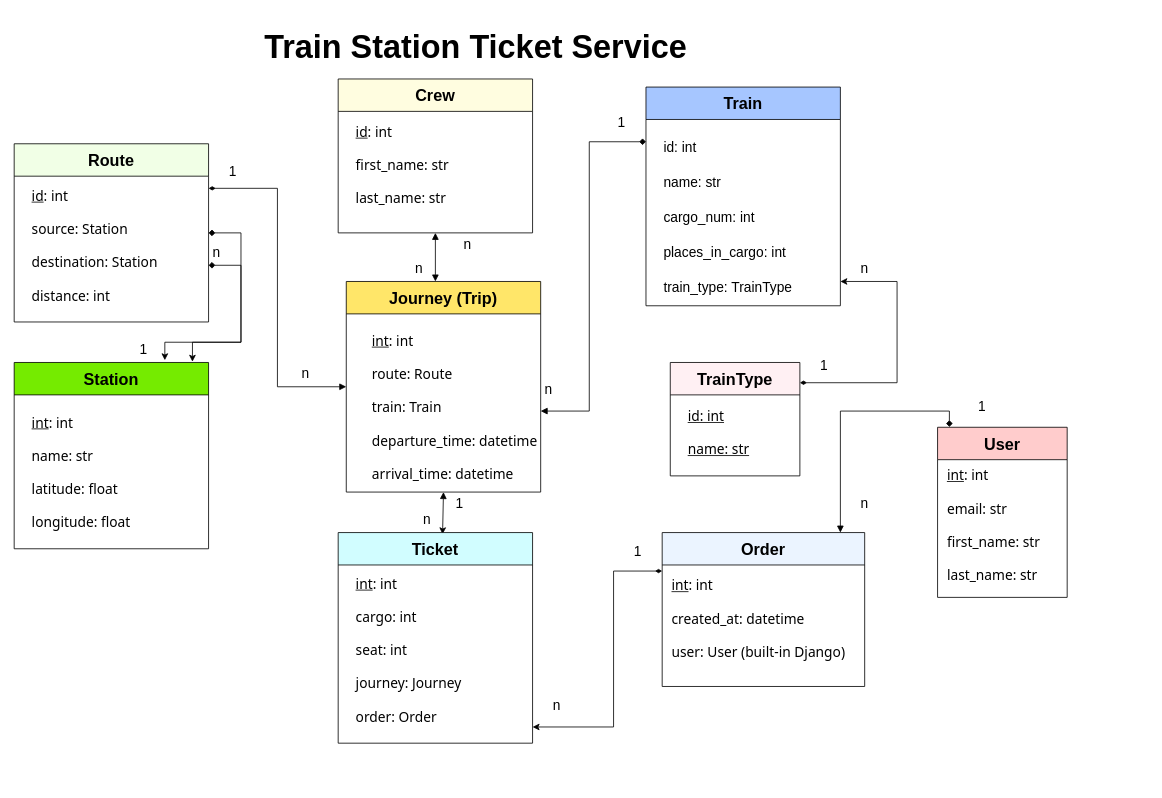
Before: train-ticket-service_diagram.drawio in julia4406/train-ticket-service, a draw.io diagram. Source tidied: cells renumbered, new cells numbered last; positions are measured from the earlier drawing's top-left corner, leaving out a move shared by most shapes. Both pictures are drawn from the tidied source at 81%, with x=0, y=0 at pixel (14, 14).
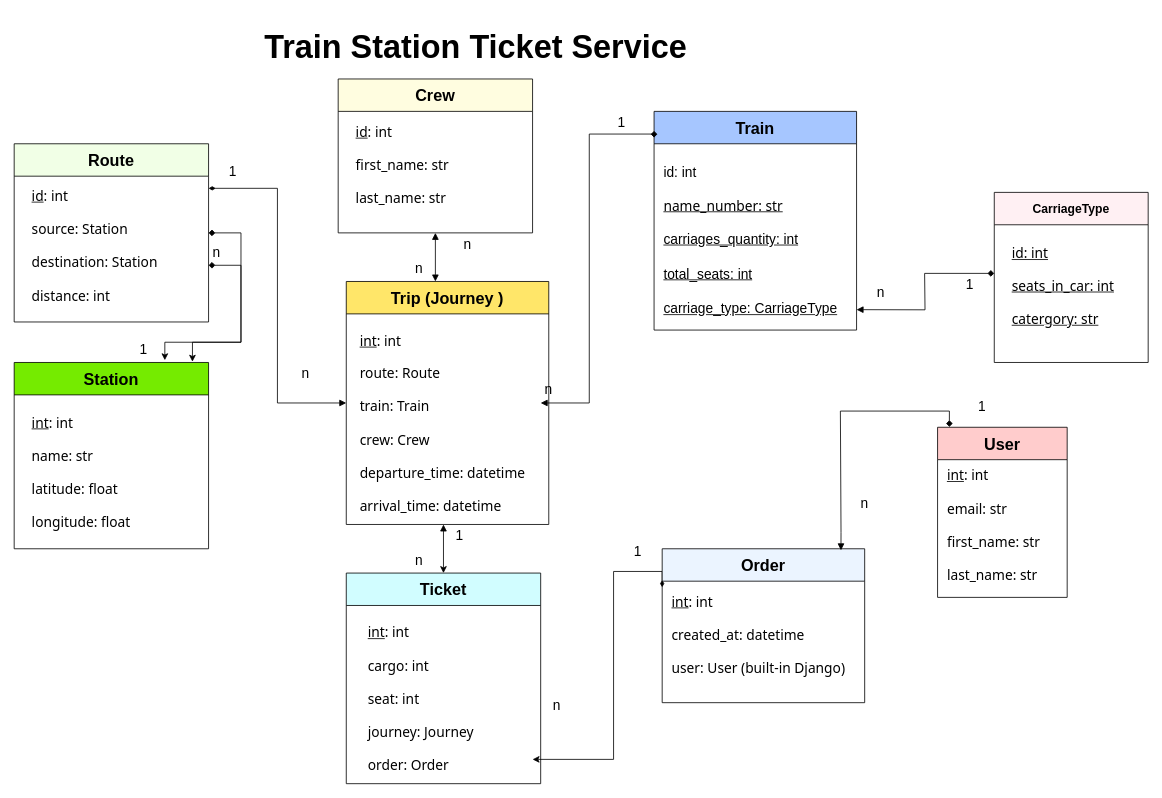
The same diagram, later.

Unchanged cells that the change refers to:
```xml
<mxCell id="41" value="&lt;font style=&quot;font-size: 20px;&quot;&gt;User&lt;/font&gt;" style="swimlane;whiteSpace=wrap;html=1;fontSize=15;startSize=40;fillColor=#FFCCCC;" parent="1" vertex="1">
  <mxGeometry x="1140" y="510" width="160" height="210" as="geometry" />
</mxCell>
```

What changed in the source:
```diff
@@
-    <mxCell id="4" style="edgeStyle=orthogonalEdgeStyle;rounded=0;orthogonalLoop=1;jettySize=auto;html=1;exitX=1;exitY=0.25;exitDx=0;exitDy=0;startArrow=diamondThin;startFill=1;" parent="1" edge="1">
-      <mxGeometry relative="1" as="geometry">
-        <mxPoint x="970" y="455" as="sourcePoint" />
-        <mxPoint x="1020" y="330" as="targetPoint" />
-        <Array as="points">
-          <mxPoint x="1090" y="455" />
-          <mxPoint x="1090" y="330" />
-        </Array>
-      </mxGeometry>
-    </mxCell>
+    <mxCell id="46" style="edgeStyle=none;rounded=0;orthogonalLoop=1;jettySize=auto;html=1;startArrow=diamond;startFill=1;endArrow=block;endFill=1;entryX=1.023;entryY=0.799;entryDx=0;entryDy=0;entryPerimeter=0;" parent="1" edge="1">
+      <mxGeometry relative="1" as="geometry">
+        <mxPoint x="1210" y="320" as="sourcePoint" />
+        <mxPoint x="1040" y="364.8" as="targetPoint" />
+        <Array as="points">
+          <mxPoint x="1124" y="320" />
+          <mxPoint x="1124.5" y="365" />
+        </Array>
+      </mxGeometry>
+    </mxCell>
-    <mxCell id="5" value="&lt;font style=&quot;font-size: 20px;&quot;&gt;TrainType&lt;/font&gt;" style="swimlane;whiteSpace=wrap;html=1;fontSize=15;startSize=40;fillColor=#FFF0F3;" parent="1" vertex="1">
-      <mxGeometry x="810" y="430" width="160" height="140" as="geometry" />
+    <mxCell id="5" value="CarriageType" style="swimlane;whiteSpace=wrap;html=1;fontSize=15;startSize=40;fillColor=#FFF0F3;" parent="1" vertex="1">
+      <mxGeometry x="1210" y="220" width="190" height="210" as="geometry" />
     </mxCell>
-    <mxCell id="6" value="&lt;div&gt;&lt;u&gt;id: int&lt;/u&gt;&lt;/div&gt;&lt;div&gt;&lt;u&gt;&lt;br&gt;&lt;/u&gt;&lt;/div&gt;&lt;div&gt;&lt;u&gt;name: str&lt;/u&gt;&lt;/div&gt;" style="text;html=1;align=left;verticalAlign=bottom;strokeColor=none;fillColor=none;fontSize=17;horizontal=1;fontFamily=Tahoma;" parent="5" vertex="1">
-      <mxGeometry x="20" y="50" width="100" height="70" as="geometry" />
+    <mxCell id="6" value="&lt;div&gt;&lt;u&gt;id: int&lt;/u&gt;&lt;/div&gt;&lt;div&gt;&lt;u&gt;&lt;br&gt;&lt;/u&gt;&lt;/div&gt;&lt;div&gt;&lt;u&gt;seats_in_car: int&lt;/u&gt;&lt;/div&gt;&lt;div&gt;&lt;u&gt;&lt;br&gt;&lt;/u&gt;&lt;/div&gt;&lt;div&gt;&lt;u&gt;catergory: str&lt;/u&gt;&lt;/div&gt;&lt;div&gt;&lt;u&gt;&lt;br&gt;&lt;/u&gt;&lt;/div&gt;" style="text;html=1;align=left;verticalAlign=bottom;strokeColor=none;fillColor=none;fontSize=17;horizontal=1;fontFamily=Tahoma;" parent="5" vertex="1">
+      <mxGeometry x="20" y="50" width="150" height="140" as="geometry" />
     </mxCell>
     <mxCell id="7" value="Train" style="swimlane;whiteSpace=wrap;html=1;fontSize=20;startSize=40;fillColor=#A6C6FF;" parent="1" vertex="1">
-      <mxGeometry x="780" y="90" width="240" height="270" as="geometry" />
+      <mxGeometry x="790" y="120" width="250" height="270" as="geometry" />
     </mxCell>
-    <mxCell id="8" value="&lt;div align=&quot;left&quot;&gt;&lt;font face=&quot;Helvetica&quot;&gt;id: int&lt;/font&gt;&lt;/div&gt;&lt;div align=&quot;left&quot;&gt;&lt;font face=&quot;Helvetica&quot;&gt;&lt;br&gt;&lt;/font&gt;&lt;/div&gt;&lt;div align=&quot;left&quot;&gt;&lt;font face=&quot;Helvetica&quot;&gt;name: str&lt;/font&gt;&lt;/div&gt;&lt;div align=&quot;left&quot;&gt;&lt;font face=&quot;Helvetica&quot;&gt;&lt;br&gt;&lt;/font&gt;&lt;/div&gt;&lt;div align=&quot;left&quot;&gt;&lt;font face=&quot;Helvetica&quot;&gt;cargo_num: int&lt;/font&gt;&lt;/div&gt;&lt;div align=&quot;left&quot;&gt;&lt;font face=&quot;Helvetica&quot;&gt;&lt;br&gt;&lt;/font&gt;&lt;/div&gt;&lt;div align=&quot;left&quot;&gt;&lt;font face=&quot;Helvetica&quot;&gt;places_in_cargo: int&lt;/font&gt;&lt;/div&gt;&lt;div align=&quot;left&quot;&gt;&lt;font face=&quot;Helvetica&quot;&gt;&lt;br&gt;&lt;/font&gt;&lt;/div&gt;&lt;div align=&quot;left&quot;&gt;&lt;font face=&quot;Helvetica&quot;&gt;train_type: TrainType&lt;/font&gt;&lt;/div&gt;" style="text;html=1;align=left;verticalAlign=bottom;strokeColor=none;fillColor=none;fontSize=17;horizontal=1;fontFamily=Tahoma;" parent="7" vertex="1">
-      <mxGeometry x="20" y="50" width="180" height="210" as="geometry" />
+    <mxCell id="8" value="&lt;div align=&quot;left&quot;&gt;&lt;font face=&quot;Helvetica&quot;&gt;id: int&lt;/font&gt;&lt;/div&gt;&lt;div align=&quot;left&quot;&gt;&lt;font face=&quot;Helvetica&quot;&gt;&lt;br&gt;&lt;/font&gt;&lt;/div&gt;&lt;div align=&quot;left&quot;&gt;&lt;div&gt;&lt;u&gt;name_number: str&lt;/u&gt;&lt;/div&gt;&lt;div&gt;&lt;u&gt;&lt;br&gt;&lt;/u&gt;&lt;/div&gt;&lt;div&gt;&lt;u&gt;&lt;font face=&quot;Helvetica&quot;&gt;carriages_quantity: int&lt;/font&gt;&lt;/u&gt;&lt;/div&gt;&lt;div&gt;&lt;u&gt;&lt;font face=&quot;Helvetica&quot;&gt;&lt;br&gt;&lt;/font&gt;&lt;/u&gt;&lt;/div&gt;&lt;div&gt;&lt;font face=&quot;Helvetica&quot;&gt;&lt;u&gt;total_seats: int&lt;/u&gt;&lt;/font&gt;&lt;/div&gt;&lt;div&gt;&lt;u&gt;&lt;font face=&quot;Helvetica&quot;&gt;&lt;br&gt;&lt;/font&gt;&lt;/u&gt;&lt;/div&gt;&lt;div&gt;&lt;u&gt;&lt;font face=&quot;Helvetica&quot;&gt;carriage_type: CarriageType&lt;/font&gt;&lt;/u&gt;&lt;/div&gt;&lt;div&gt;&lt;u&gt;&lt;font face=&quot;Helvetica&quot;&gt;&lt;br&gt;&lt;/font&gt;&lt;/u&gt;&lt;/div&gt;&lt;div&gt;&lt;u&gt;&lt;font face=&quot;Helvetica&quot;&gt;&lt;br&gt;&lt;/font&gt;&lt;/u&gt;&lt;/div&gt;&lt;/div&gt;" style="text;html=1;align=left;verticalAlign=bottom;strokeColor=none;fillColor=none;fontSize=17;horizontal=1;fontFamily=Tahoma;" parent="7" vertex="1">
+      <mxGeometry x="10" y="50" width="240" height="250" as="geometry" />
     </mxCell>
@@
-    <mxCell id="15" style="edgeStyle=none;rounded=0;jettySize=auto;html=1;exitX=0.5;exitY=1;exitDx=0;exitDy=0;elbow=vertical;startArrow=block;startFill=1;entryX=0.537;entryY=0.008;entryDx=0;entryDy=0;entryPerimeter=0;" parent="1" edge="1" source="16" target="39">
-      <mxGeometry relative="1" as="geometry" />
+    <mxCell id="15" style="edgeStyle=none;rounded=0;jettySize=auto;html=1;elbow=vertical;startArrow=block;startFill=1;entryX=0.5;entryY=0;entryDx=0;entryDy=0;" parent="1" edge="1" target="39">
+      <mxGeometry relative="1" as="geometry">
+        <mxPoint x="530" y="630" as="sourcePoint" />
+      </mxGeometry>
     </mxCell>
-    <mxCell id="16" value="&lt;font style=&quot;font-size: 20px;&quot;&gt;Journey (Trip)&lt;/font&gt;" style="swimlane;whiteSpace=wrap;html=1;fontSize=15;startSize=40;fillColor=#FFE669;" parent="1" vertex="1">
-      <mxGeometry x="410" y="330" width="240" height="260" as="geometry" />
+    <mxCell id="16" value="&lt;font style=&quot;font-size: 20px;&quot;&gt;Trip (&lt;/font&gt;&lt;font style=&quot;font-size: 20px;&quot;&gt;Journey &lt;/font&gt;&lt;font style=&quot;font-size: 20px;&quot;&gt;)&lt;/font&gt;" style="swimlane;whiteSpace=wrap;html=1;fontSize=15;startSize=40;fillColor=#FFE669;" parent="1" vertex="1">
+      <mxGeometry x="410" y="330" width="250" height="300" as="geometry" />
     </mxCell>
-    <mxCell id="17" value="&lt;div&gt;&lt;u&gt;int&lt;/u&gt;: int&lt;/div&gt;&lt;div&gt;&lt;span style=&quot;background-color: initial;&quot;&gt;&lt;br&gt;&lt;/span&gt;&lt;/div&gt;&lt;div&gt;route: Route&lt;/div&gt;&lt;div&gt;&lt;br&gt;&lt;/div&gt;&lt;div&gt;train: Train&lt;/div&gt;&lt;div&gt;&lt;br&gt;&lt;/div&gt;&lt;div&gt;departure_time: datetime&lt;/div&gt;&lt;div&gt;&lt;br&gt;&lt;/div&gt;&lt;div&gt;arrival_time: datetime&lt;/div&gt;" style="text;html=1;align=left;verticalAlign=bottom;strokeColor=none;fillColor=none;fontSize=17;horizontal=1;fontFamily=Tahoma;" parent="16" vertex="1">
-      <mxGeometry x="30" y="50" width="220" height="200" as="geometry" />
+    <mxCell id="17" value="&lt;div&gt;&lt;u&gt;int&lt;/u&gt;: int&lt;/div&gt;&lt;div&gt;&lt;span style=&quot;background-color: initial;&quot;&gt;&lt;br&gt;&lt;/span&gt;&lt;/div&gt;&lt;div&gt;route: Route&lt;/div&gt;&lt;div&gt;&lt;br&gt;&lt;/div&gt;&lt;div&gt;train: Train&lt;/div&gt;&lt;div&gt;&lt;br&gt;&lt;/div&gt;&lt;div&gt;crew: Crew&lt;/div&gt;&lt;div&gt;&lt;br&gt;&lt;/div&gt;&lt;div&gt;departure_time: datetime&lt;/div&gt;&lt;div&gt;&lt;br&gt;&lt;/div&gt;&lt;div&gt;arrival_time: datetime&lt;/div&gt;" style="text;html=1;align=left;verticalAlign=bottom;strokeColor=none;fillColor=none;fontSize=17;horizontal=1;fontFamily=Tahoma;" parent="16" vertex="1">
+      <mxGeometry x="15" y="50" width="220" height="240" as="geometry" />
     </mxCell>
     <mxCell id="18" style="edgeStyle=orthogonalEdgeStyle;rounded=0;jettySize=auto;html=1;exitX=0;exitY=0.25;exitDx=0;exitDy=0;startArrow=diamondThin;startFill=1;" parent="1" edge="1" source="19">
       <mxGeometry relative="1" as="geometry">
-        <mxPoint x="640" y="880" as="targetPoint" />
+        <mxPoint x="640" y="920" as="targetPoint" />
         <Array as="points">
+          <mxPoint x="800" y="688" />
           <mxPoint x="740" y="688" />
-          <mxPoint x="740" y="880" />
+          <mxPoint x="740" y="920" />
+          <mxPoint x="640" y="920" />
         </Array>
       </mxGeometry>
     </mxCell>
     <mxCell id="19" value="&lt;font style=&quot;font-size: 20px;&quot;&gt;Order&lt;/font&gt;" style="swimlane;whiteSpace=wrap;html=1;fontSize=15;startSize=40;fillColor=#EBF4FF;" parent="1" vertex="1">
-      <mxGeometry x="800" y="640" width="250" height="190" as="geometry" />
+      <mxGeometry x="800" y="660" width="250" height="190" as="geometry" />
     </mxCell>
@@
     <mxCell id="21" value="&lt;font style=&quot;font-size: 17px;&quot;&gt;n&lt;/font&gt;" style="text;strokeColor=none;align=center;fillColor=none;html=1;verticalAlign=middle;whiteSpace=wrap;rounded=0;" parent="1" vertex="1">
-      <mxGeometry x="1020" y="300" width="60" height="30" as="geometry" />
+      <mxGeometry x="1040" y="330" width="60" height="30" as="geometry" />
     </mxCell>
     <mxCell id="22" value="&lt;font style=&quot;font-size: 17px;&quot;&gt;1&lt;/font&gt;" style="text;strokeColor=none;align=center;fillColor=none;html=1;verticalAlign=middle;whiteSpace=wrap;rounded=0;" parent="1" vertex="1">
-      <mxGeometry x="970" y="420" width="60" height="30" as="geometry" />
+      <mxGeometry x="1150" y="320" width="60" height="30" as="geometry" />
     </mxCell>
@@
-    <mxCell id="27" style="edgeStyle=orthogonalEdgeStyle;rounded=0;jettySize=auto;html=1;exitX=0;exitY=0.25;exitDx=0;exitDy=0;startArrow=diamond;startFill=1;endArrow=block;endFill=1;" parent="1" edge="1" source="7">
+    <mxCell id="27" style="edgeStyle=orthogonalEdgeStyle;rounded=0;orthogonalLoop=1;jettySize=auto;html=1;startArrow=diamond;startFill=1;endArrow=block;endFill=1;" parent="1" edge="1">
       <mxGeometry relative="1" as="geometry">
-        <mxPoint x="650" y="490" as="targetPoint" />
+        <mxPoint x="790" y="144" as="sourcePoint" />
+        <mxPoint x="650" y="480" as="targetPoint" />
         <Array as="points">
-          <mxPoint x="710" y="158" />
-          <mxPoint x="710" y="490" />
+          <mxPoint x="790" y="148" />
+          <mxPoint x="710" y="148" />
+          <mxPoint x="710" y="480" />
         </Array>
       </mxGeometry>
     </mxCell>
@@
     <mxCell id="37" value="&lt;font style=&quot;font-size: 17px;&quot;&gt;1&lt;/font&gt;" style="text;strokeColor=none;align=center;fillColor=none;html=1;verticalAlign=middle;whiteSpace=wrap;rounded=0;" parent="1" vertex="1">
-      <mxGeometry x="520" y="590" width="60" height="30" as="geometry" />
+      <mxGeometry x="520" y="630" width="60" height="30" as="geometry" />
     </mxCell>
     <mxCell id="38" value="&lt;font style=&quot;font-size: 17px;&quot;&gt;n&lt;/font&gt;" style="text;strokeColor=none;align=center;fillColor=none;html=1;verticalAlign=middle;whiteSpace=wrap;rounded=0;" parent="1" vertex="1">
-      <mxGeometry x="480" y="610" width="60" height="30" as="geometry" />
+      <mxGeometry x="470" y="660" width="60" height="30" as="geometry" />
     </mxCell>
     <mxCell id="39" value="&lt;font style=&quot;font-size: 20px;&quot;&gt;Ticket&lt;/font&gt;" style="swimlane;whiteSpace=wrap;html=1;fontSize=15;startSize=40;fillColor=#D1FDFF;" parent="1" vertex="1">
-      <mxGeometry x="400" y="640" width="240" height="260" as="geometry" />
+      <mxGeometry x="410" y="690" width="240" height="260" as="geometry" />
     </mxCell>
     <mxCell id="40" value="&lt;div&gt;&lt;u&gt;int&lt;/u&gt;: int&lt;/div&gt;&lt;div&gt;&lt;span style=&quot;background-color: initial;&quot;&gt;&lt;br&gt;&lt;/span&gt;&lt;/div&gt;&lt;div&gt;cargo: int&lt;/div&gt;&lt;div&gt;&lt;br&gt;&lt;/div&gt;&lt;div&gt;seat: int&lt;/div&gt;&lt;div&gt;&lt;br&gt;&lt;/div&gt;&lt;div&gt;journey: Journey&lt;/div&gt;&lt;div&gt;&lt;br&gt;&lt;/div&gt;&lt;div&gt;order: Order&lt;/div&gt;" style="text;html=1;align=left;verticalAlign=bottom;strokeColor=none;fillColor=none;fontSize=17;horizontal=1;fontFamily=Tahoma;" parent="39" vertex="1">
-      <mxGeometry x="20" y="40" width="150" height="200" as="geometry" />
+      <mxGeometry x="25" y="50" width="150" height="200" as="geometry" />
     </mxCell>
@@
-    <mxCell id="43" style="edgeStyle=orthogonalEdgeStyle;rounded=0;jettySize=auto;html=1;entryX=0.091;entryY=-0.002;entryDx=0;entryDy=0;entryPerimeter=0;startArrow=block;startFill=1;endArrow=diamond;endFill=1;" parent="1" edge="1" target="41">
+    <mxCell id="43" style="edgeStyle=orthogonalEdgeStyle;rounded=0;jettySize=auto;html=1;entryX=0.091;entryY=-0.002;entryDx=0;entryDy=0;entryPerimeter=0;startArrow=block;startFill=1;endArrow=diamond;endFill=1;exitX=0.883;exitY=0.01;exitDx=0;exitDy=0;exitPerimeter=0;" parent="1" edge="1" source="19" target="41">
       <mxGeometry relative="1" as="geometry">
-        <mxPoint x="1020" y="640" as="sourcePoint" />
         <Array as="points">
-          <mxPoint x="1020" y="640" />
+          <mxPoint x="1021" y="640" />
           <mxPoint x="1020" y="490" />
           <mxPoint x="1155" y="490" />
         </Array>
       </mxGeometry>
     </mxCell>
```
